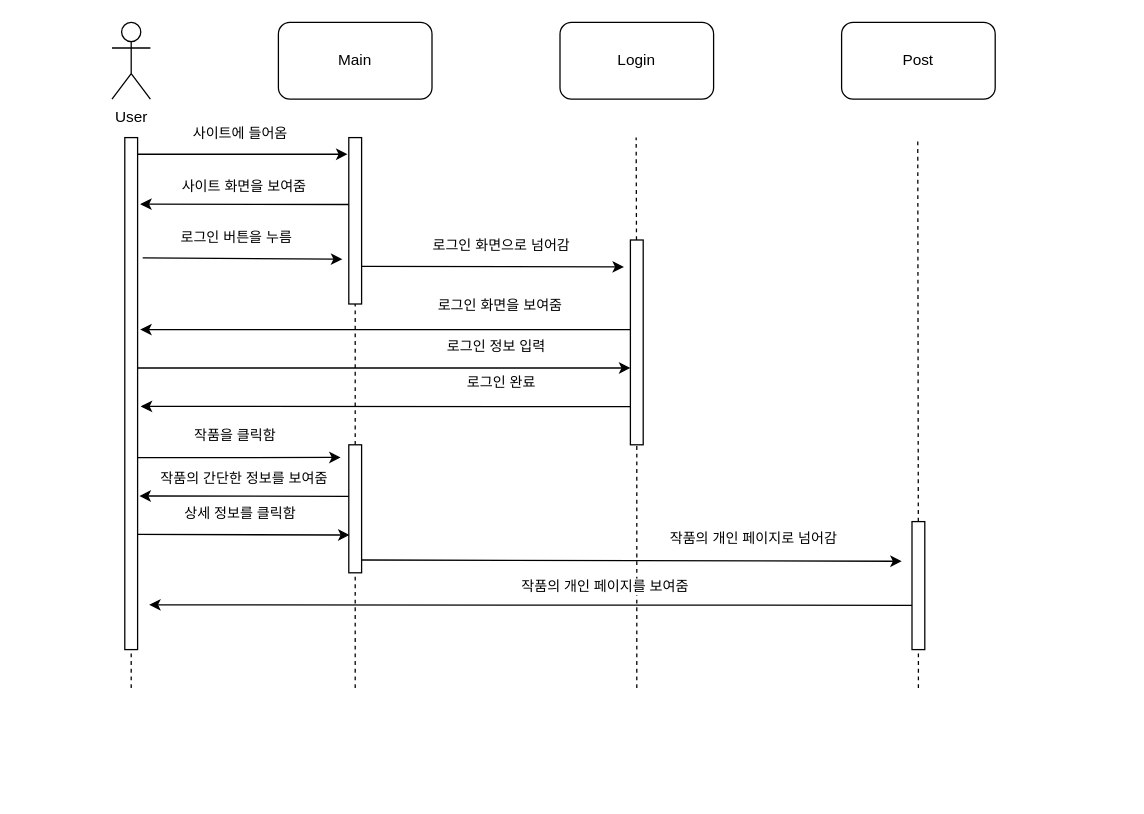
Earlier version of the draw.io diagram Untitled Diagram.drawio (jackpot1022/aaaaa). Source tidied: cells renumbered, new cells numbered last; positions are measured from the earlier drawing's top-left corner, leaving out a move shared by most shapes. Both pictures are drawn from the tidied source at 128%, with x=0, y=0 at pixel (111, 22).
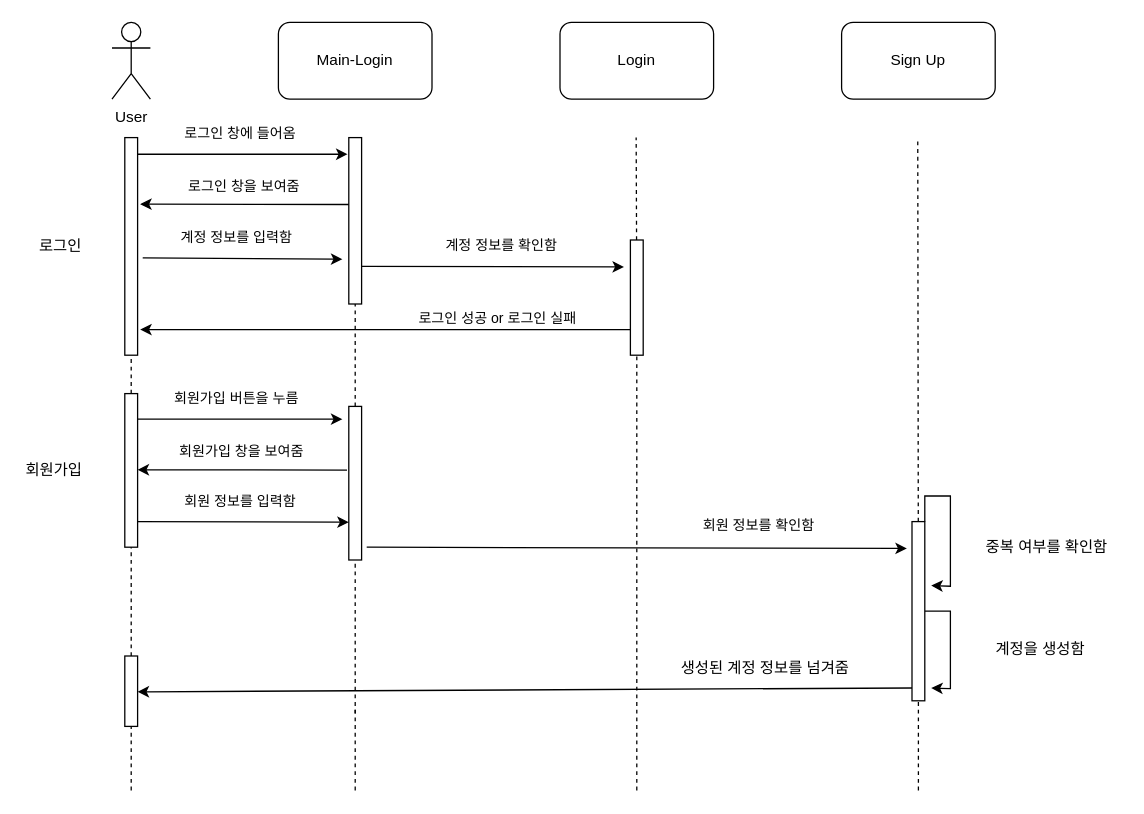
After the change.

The change refers to these unchanged cells:
```xml
<mxCell id="2" style="endArrow=classic;html=1;exitX=0.06;exitY=0.402;exitDx=0;exitDy=0;exitPerimeter=0;" parent="1" edge="1" source="16">
  <mxGeometry relative="1" as="geometry">
    <mxPoint x="22" y="142" as="targetPoint" />
  </mxGeometry>
</mxCell>
<mxCell id="14" style="endArrow=classic;html=1;entryX=-0.1;entryY=0.1;entryDx=0;entryDy=0;entryPerimeter=0;" parent="1" edge="1" target="16">
  <mxGeometry relative="1" as="geometry">
    <mxPoint x="20" y="103" as="sourcePoint" />
  </mxGeometry>
</mxCell>
<mxCell id="18" style="endArrow=classic;html=1;" parent="1" edge="1">
  <mxGeometry relative="1" as="geometry">
    <mxPoint x="24" y="184" as="sourcePoint" />
    <mxPoint x="180" y="185" as="targetPoint" />
  </mxGeometry>
</mxCell>
<mxCell id="22" style="endArrow=classic;html=1;exitX=1;exitY=0.697;exitDx=0;exitDy=0;exitPerimeter=0;" parent="1" edge="1">
  <mxGeometry relative="1" as="geometry">
    <mxPoint x="195" y="190.6" as="sourcePoint" />
    <mxPoint x="400" y="191" as="targetPoint" />
  </mxGeometry>
</mxCell>
<mxCell id="24" style="endArrow=classic;html=1;exitX=0.14;exitY=0.358;exitDx=0;exitDy=0;exitPerimeter=0;" parent="1" edge="1">
  <mxGeometry relative="1" as="geometry">
    <mxPoint x="405" y="240" as="sourcePoint" />
    <mxPoint x="22" y="240" as="targetPoint" />
  </mxGeometry>
</mxCell>
```

The edit, as a diff of the source:
```diff
@@
-    <mxCell id="3" value="사이트 화면을 보여줌" style="edgeLabel;html=1;align=center;verticalAlign=middle;" parent="2" vertex="1">
+    <mxCell id="3" value="로그인 창을 보여줌" style="edgeLabel;html=1;align=center;verticalAlign=middle;" parent="2" vertex="1">
       <mxGeometry x="0.46" y="-1" relative="1" as="geometry">
         <mxPoint x="36" y="-14" as="offset" />
       </mxGeometry>
     </mxCell>
@@
-    <mxCell id="5" value="Main" style="rounded=1;whiteSpace=wrap;html=1;" parent="1" vertex="1">
+    <mxCell id="5" value="Main-Login" style="rounded=1;whiteSpace=wrap;html=1;" parent="1" vertex="1">
       <mxGeometry x="130" width="120" height="60" as="geometry" />
     </mxCell>
@@
-    <mxCell id="7" value="Post" style="rounded=1;whiteSpace=wrap;html=1;" parent="1" vertex="1">
+    <mxCell id="7" value="Sign Up" style="rounded=1;whiteSpace=wrap;html=1;" parent="1" vertex="1">
       <mxGeometry x="570" width="120" height="60" as="geometry" />
     </mxCell>
@@
     <mxCell id="12" style="rounded=0;whiteSpace=wrap;html=1;" parent="1" vertex="1">
-      <mxGeometry x="10" y="90" width="10" height="400" as="geometry" />
+      <mxGeometry x="10" y="90" width="10" height="170" as="geometry" />
     </mxCell>
-    <mxCell id="13" style="endArrow=none;dashed=1;html=1;" parent="1" edge="1" target="12">
-      <mxGeometry relative="1" as="geometry">
-        <mxPoint x="15" y="520" as="sourcePoint" />
-      </mxGeometry>
+    <mxCell id="13" style="endArrow=none;dashed=1;html=1;startArrow=none;" parent="1" edge="1" source="47" target="12">
+      <mxGeometry relative="1" as="geometry" />
     </mxCell>
@@
-    <mxCell id="15" value="사이트에 들어옴" style="edgeLabel;html=1;align=center;verticalAlign=middle;" parent="14" vertex="1">
+    <mxCell id="15" value="로그인 창에 들어옴" style="edgeLabel;html=1;align=center;verticalAlign=middle;" parent="14" vertex="1">
       <mxGeometry x="0.46" y="-1" relative="1" as="geometry">
         <mxPoint x="-41" y="-18" as="offset" />
       </mxGeometry>
     </mxCell>
@@
-    <mxCell id="19" value="로그인 버튼을 누름" style="edgeLabel;html=1;align=center;verticalAlign=middle;" parent="18" vertex="1">
+    <mxCell id="19" value="계정 정보를 입력함" style="edgeLabel;html=1;align=center;verticalAlign=middle;" parent="18" vertex="1">
       <mxGeometry x="0.46" y="-1" relative="1" as="geometry">
         <mxPoint x="-41" y="-18" as="offset" />
       </mxGeometry>
     </mxCell>
     <mxCell id="20" style="rounded=0;whiteSpace=wrap;html=1;" parent="1" vertex="1">
-      <mxGeometry x="405" y="170" width="10" height="160" as="geometry" />
+      <mxGeometry x="405" y="170" width="10" height="90" as="geometry" />
     </mxCell>
     <mxCell id="21" style="endArrow=none;dashed=1;html=1;" parent="1" edge="1" target="20">
       <mxGeometry relative="1" as="geometry">
-        <mxPoint x="410" y="520" as="sourcePoint" />
+        <mxPoint x="410" y="600" as="sourcePoint" />
       </mxGeometry>
     </mxCell>
@@
-    <mxCell id="23" value="로그인 화면으로 넘어감" style="edgeLabel;html=1;align=center;verticalAlign=middle;" parent="22" vertex="1">
+    <mxCell id="23" value="계정 정보를 확인함" style="edgeLabel;html=1;align=center;verticalAlign=middle;" parent="22" vertex="1">
       <mxGeometry x="0.46" y="-1" relative="1" as="geometry">
         <mxPoint x="-41" y="-18" as="offset" />
       </mxGeometry>
     </mxCell>
@@
-    <mxCell id="25" value="로그인 화면을 보여줌" style="edgeLabel;html=1;align=center;verticalAlign=middle;" parent="24" vertex="1">
-      <mxGeometry x="0.46" y="-1" relative="1" as="geometry">
-        <mxPoint x="177" y="-19" as="offset" />
-      </mxGeometry>
-    </mxCell>
-    <mxCell id="26" style="endArrow=classic;html=1;exitX=0.14;exitY=0.358;exitDx=0;exitDy=0;entryX=1;entryY=0.75;entryDx=0;entryDy=0;exitPerimeter=0;" parent="1" edge="1">
-      <mxGeometry relative="1" as="geometry">
-        <mxPoint x="20" y="270" as="sourcePoint" />
-        <mxPoint x="405" y="270" as="targetPoint" />
-      </mxGeometry>
-    </mxCell>
-    <mxCell id="27" value="로그인 정보 입력" style="edgeLabel;html=1;align=center;verticalAlign=middle;" parent="26" vertex="1">
-      <mxGeometry x="0.46" y="-1" relative="1" as="geometry">
-        <mxPoint x="-2" y="-19" as="offset" />
-      </mxGeometry>
-    </mxCell>
-    <mxCell id="28" style="endArrow=classic;html=1;exitX=0.14;exitY=0.358;exitDx=0;exitDy=0;entryX=1.24;entryY=0.624;entryDx=0;entryDy=0;exitPerimeter=0;entryPerimeter=0;" parent="1" edge="1">
-      <mxGeometry relative="1" as="geometry">
-        <mxPoint x="405" y="300.2" as="sourcePoint" />
-        <mxPoint x="22.4" y="300" as="targetPoint" />
-      </mxGeometry>
-    </mxCell>
-    <mxCell id="29" value="로그인 완료" style="edgeLabel;html=1;align=center;verticalAlign=middle;" parent="28" vertex="1">
-      <mxGeometry x="0.46" y="-1" relative="1" as="geometry">
-        <mxPoint x="177" y="-19" as="offset" />
-      </mxGeometry>
-    </mxCell>
     <mxCell id="30" style="rounded=0;whiteSpace=wrap;html=1;" parent="1" vertex="1">
-      <mxGeometry x="185" y="330" width="10" height="100" as="geometry" />
+      <mxGeometry x="185" y="300" width="10" height="120" as="geometry" />
     </mxCell>
-    <mxCell id="31" style="endArrow=none;dashed=1;html=1;" parent="1" edge="1" target="30">
+    <mxCell id="31" style="endArrow=none;dashed=1;html=1;startArrow=none;" parent="1" edge="1" target="30">
       <mxGeometry relative="1" as="geometry">
-        <mxPoint x="190" y="520" as="sourcePoint" />
+        <mxPoint x="190" y="540" as="sourcePoint" />
       </mxGeometry>
     </mxCell>
-    <mxCell id="32" style="endArrow=classic;html=1;entryX=-0.635;entryY=0.099;entryDx=0;entryDy=0;entryPerimeter=0;" parent="1" edge="1" target="30">
+    <mxCell id="32" style="endArrow=classic;html=1;" parent="1" edge="1">
       <mxGeometry relative="1" as="geometry">
-        <mxPoint x="20" y="340" as="sourcePoint" />
+        <mxPoint x="20" y="310" as="sourcePoint" />
+        <mxPoint x="180" y="310" as="targetPoint" />
       </mxGeometry>
     </mxCell>
-    <mxCell id="33" value="작품을 클릭함" style="edgeLabel;html=1;align=center;verticalAlign=middle;" parent="32" vertex="1">
+    <mxCell id="33" value="회원가입 버튼을 누름" style="edgeLabel;html=1;align=center;verticalAlign=middle;" parent="32" vertex="1">
       <mxGeometry x="0.46" y="-1" relative="1" as="geometry">
         <mxPoint x="-41" y="-18" as="offset" />
       </mxGeometry>
     </mxCell>
     <mxCell id="34" style="endArrow=classic;html=1;exitX=0.06;exitY=0.402;exitDx=0;exitDy=0;exitPerimeter=0;" parent="1" edge="1">
       <mxGeometry relative="1" as="geometry">
-        <mxPoint x="185" y="370.3" as="sourcePoint" />
-        <mxPoint x="21.4" y="370" as="targetPoint" />
+        <mxPoint x="183.6" y="349.8" as="sourcePoint" />
+        <mxPoint x="20" y="349.5" as="targetPoint" />
       </mxGeometry>
     </mxCell>
-    <mxCell id="35" value="작품의 간단한 정보를 보여줌" style="edgeLabel;html=1;align=center;verticalAlign=middle;" parent="34" vertex="1">
+    <mxCell id="35" value="회원가입 창을 보여줌" style="edgeLabel;html=1;align=center;verticalAlign=middle;" parent="34" vertex="1">
       <mxGeometry x="0.46" y="-1" relative="1" as="geometry">
         <mxPoint x="36" y="-14" as="offset" />
       </mxGeometry>
     </mxCell>
     <mxCell id="36" style="endArrow=classic;html=1;entryX=0.06;entryY=0.158;entryDx=0;entryDy=0;entryPerimeter=0;" parent="1" edge="1">
       <mxGeometry relative="1" as="geometry">
-        <mxPoint x="20" y="400" as="sourcePoint" />
-        <mxPoint x="185.6" y="400.5" as="targetPoint" />
+        <mxPoint x="19.4" y="390" as="sourcePoint" />
+        <mxPoint x="185" y="390.5" as="targetPoint" />
       </mxGeometry>
     </mxCell>
-    <mxCell id="37" value="상세 정보를 클릭함" style="edgeLabel;html=1;align=center;verticalAlign=middle;" parent="36" vertex="1">
+    <mxCell id="37" value="회원 정보를 입력함" style="edgeLabel;html=1;align=center;verticalAlign=middle;" parent="36" vertex="1">
       <mxGeometry x="0.46" y="-1" relative="1" as="geometry">
         <mxPoint x="-41" y="-18" as="offset" />
       </mxGeometry>
     </mxCell>
+    <mxCell id="44" style="edgeStyle=orthogonalEdgeStyle;rounded=0;jettySize=auto;html=1;exitX=1;exitY=0;exitDx=0;exitDy=0;" parent="1" edge="1" source="38">
+      <mxGeometry relative="1" as="geometry">
+        <mxPoint x="640" y="440" as="targetPoint" />
+      </mxGeometry>
+    </mxCell>
+    <mxCell id="45" style="edgeStyle=orthogonalEdgeStyle;rounded=0;jettySize=auto;html=1;exitX=1;exitY=0.5;exitDx=0;exitDy=0;" parent="1" edge="1" source="38">
+      <mxGeometry relative="1" as="geometry">
+        <mxPoint x="640" y="520" as="targetPoint" />
+      </mxGeometry>
+    </mxCell>
     <mxCell id="38" style="rounded=0;whiteSpace=wrap;html=1;" parent="1" vertex="1">
-      <mxGeometry x="625" y="390" width="10" height="100" as="geometry" />
+      <mxGeometry x="625" y="390" width="10" height="140" as="geometry" />
     </mxCell>
     <mxCell id="39" style="endArrow=none;dashed=1;html=1;" parent="1" edge="1" target="38">
       <mxGeometry relative="1" as="geometry">
-        <mxPoint x="630" y="520" as="sourcePoint" />
+        <mxPoint x="630" y="600" as="sourcePoint" />
       </mxGeometry>
     </mxCell>
     <mxCell id="40" style="endArrow=classic;html=1;exitX=0.14;exitY=0.358;exitDx=0;exitDy=0;exitPerimeter=0;" parent="1" edge="1">
       <mxGeometry relative="1" as="geometry">
-        <mxPoint x="195" y="420" as="sourcePoint" />
-        <mxPoint x="617" y="421" as="targetPoint" />
+        <mxPoint x="199" y="410" as="sourcePoint" />
+        <mxPoint x="621" y="411" as="targetPoint" />
       </mxGeometry>
     </mxCell>
-    <mxCell id="41" value="작품의 개인 페이지로 넘어감" style="edgeLabel;html=1;align=center;verticalAlign=middle;" parent="40" vertex="1">
+    <mxCell id="41" value="회원 정보를 확인함" style="edgeLabel;html=1;align=center;verticalAlign=middle;" parent="40" vertex="1">
       <mxGeometry x="0.46" y="-1" relative="1" as="geometry">
         <mxPoint x="-2" y="-19" as="offset" />
       </mxGeometry>
     </mxCell>
-    <mxCell id="42" style="endArrow=classic;html=1;exitX=0.14;exitY=0.358;exitDx=0;exitDy=0;exitPerimeter=0;" parent="1" edge="1">
-      <mxGeometry relative="1" as="geometry">
-        <mxPoint x="625" y="455.4" as="sourcePoint" />
-        <mxPoint x="29" y="455" as="targetPoint" />
-      </mxGeometry>
-    </mxCell>
-    <mxCell id="43" value="작품의 개인 페이지를 보여줌" style="edgeLabel;html=1;align=center;verticalAlign=middle;" parent="42" vertex="1">
-      <mxGeometry x="0.46" y="-1" relative="1" as="geometry">
-        <mxPoint x="194" y="-14" as="offset" />
-      </mxGeometry>
-    </mxCell>
+    <mxCell id="46" value="로그인 성공 or 로그인 실패" style="edgeLabel;html=1;align=center;verticalAlign=middle;" parent="1" vertex="1">
+      <mxGeometry x="300" y="230" as="geometry" />
+    </mxCell>
+    <mxCell id="47" style="rounded=0;whiteSpace=wrap;html=1;" parent="1" vertex="1">
+      <mxGeometry x="10" y="290" width="10" height="120" as="geometry" />
+    </mxCell>
+    <mxCell id="48" style="endArrow=none;dashed=1;html=1;startArrow=none;" parent="1" edge="1" source="54" target="47">
+      <mxGeometry relative="1" as="geometry" />
+    </mxCell>
+    <mxCell id="49" value="중복 여부를 확인함" style="text;html=1;align=center;verticalAlign=middle;strokeColor=none;" parent="1" vertex="1">
+      <mxGeometry x="670" y="400" width="120" height="20" as="geometry" />
+    </mxCell>
+    <mxCell id="50" value="계정을 생성함" style="text;html=1;align=center;verticalAlign=middle;strokeColor=none;" parent="1" vertex="1">
+      <mxGeometry x="680" y="480" width="90" height="20" as="geometry" />
+    </mxCell>
+    <mxCell id="51" style="endArrow=none;dashed=1;html=1;" parent="1" edge="1">
+      <mxGeometry relative="1" as="geometry">
+        <mxPoint x="190" y="600" as="sourcePoint" />
+        <mxPoint x="190" y="535" as="targetPoint" />
+      </mxGeometry>
+    </mxCell>
+    <mxCell id="52" style="endArrow=classic;html=1;exitX=0.14;exitY=0.358;exitDx=0;exitDy=0;exitPerimeter=0;" parent="1" edge="1">
+      <mxGeometry relative="1" as="geometry">
+        <mxPoint x="625" y="520" as="sourcePoint" />
+        <mxPoint x="20" y="523" as="targetPoint" />
+      </mxGeometry>
+    </mxCell>
+    <mxCell id="53" value="생성된 계정 정보를 넘겨줌" style="text;html=1;align=center;verticalAlign=middle;strokeColor=none;" parent="1" vertex="1">
+      <mxGeometry x="430" y="495" width="160" height="20" as="geometry" />
+    </mxCell>
+    <mxCell id="54" style="rounded=0;whiteSpace=wrap;html=1;" parent="1" vertex="1">
+      <mxGeometry x="10" y="495" width="10" height="55" as="geometry" />
+    </mxCell>
+    <mxCell id="55" style="endArrow=none;dashed=1;html=1;" parent="1" edge="1" target="54">
+      <mxGeometry relative="1" as="geometry">
+        <mxPoint x="15" y="600" as="sourcePoint" />
+      </mxGeometry>
+    </mxCell>
+    <mxCell id="56" value="로그인" style="text;html=1;strokeColor=none;fillColor=none;align=center;verticalAlign=middle;whiteSpace=wrap;rounded=0;" parent="1" vertex="1">
+      <mxGeometry x="-60" y="160" width="40" height="30" as="geometry" />
+    </mxCell>
+    <mxCell id="57" value="회원가입" style="text;html=1;strokeColor=none;fillColor=none;align=center;verticalAlign=middle;whiteSpace=wrap;rounded=0;" parent="1" vertex="1">
+      <mxGeometry x="-70" y="335" width="50" height="30" as="geometry" />
+    </mxCell>
```
